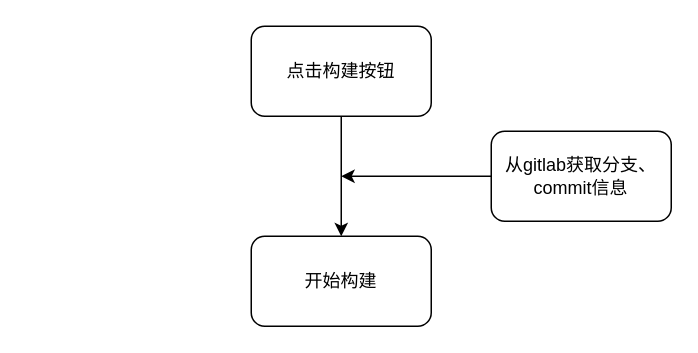
The draw.io diagram build.drawio in wupei-w/diagrams, before the edit. Source tidied: cells renumbered, new cells numbered last; positions are measured from the earlier drawing's top-left corner, leaving out a move shared by most shapes. Both pictures are drawn from the tidied source at 150%, with x=0, y=0 at pixel (250, 26).
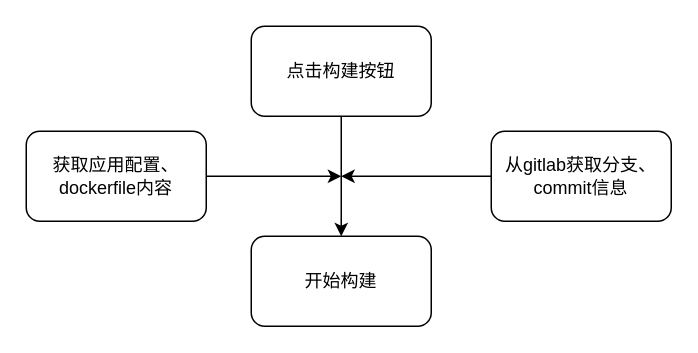
After the change.

Change to the diagram source:
```diff
@@
 <mxGraphModel>
   <root>
     <mxCell id="0" />
     <mxCell id="1" parent="0" />
     <mxCell id="2" style="edgeStyle=orthogonalEdgeStyle;rounded=0;jettySize=auto;html=1;" parent="1" edge="1" source="3" target="4">
       <mxGeometry relative="1" as="geometry" />
     </mxCell>
     <mxCell id="3" value="点击构建按钮" style="rounded=1;whiteSpace=wrap;html=1;" parent="1" vertex="1">
       <mxGeometry width="120" height="60" as="geometry" />
     </mxCell>
     <mxCell id="4" value="开始构建" style="rounded=1;whiteSpace=wrap;html=1;" parent="1" vertex="1">
       <mxGeometry y="140" width="120" height="60" as="geometry" />
     </mxCell>
     <mxCell id="5" style="edgeStyle=orthogonalEdgeStyle;rounded=0;jettySize=auto;html=1;" parent="1" edge="1" source="6">
       <mxGeometry relative="1" as="geometry">
         <mxPoint x="60" y="100" as="targetPoint" />
       </mxGeometry>
     </mxCell>
     <mxCell id="6" value="从gitlab获取分支、commit信息" style="rounded=1;whiteSpace=wrap;html=1;" parent="1" vertex="1">
       <mxGeometry x="160" y="70" width="120" height="60" as="geometry" />
     </mxCell>
+    <mxCell id="7" style="edgeStyle=orthogonalEdgeStyle;rounded=0;jettySize=auto;html=1;" parent="1" edge="1" source="8">
+      <mxGeometry relative="1" as="geometry">
+        <mxPoint x="60" y="100" as="targetPoint" />
+      </mxGeometry>
+    </mxCell>
+    <mxCell id="8" value="获取应用配置、dockerfile内容" style="rounded=1;whiteSpace=wrap;html=1;" parent="1" vertex="1">
+      <mxGeometry x="-150" y="70" width="120" height="60" as="geometry" />
+    </mxCell>
   </root>
 </mxGraphModel>
```
